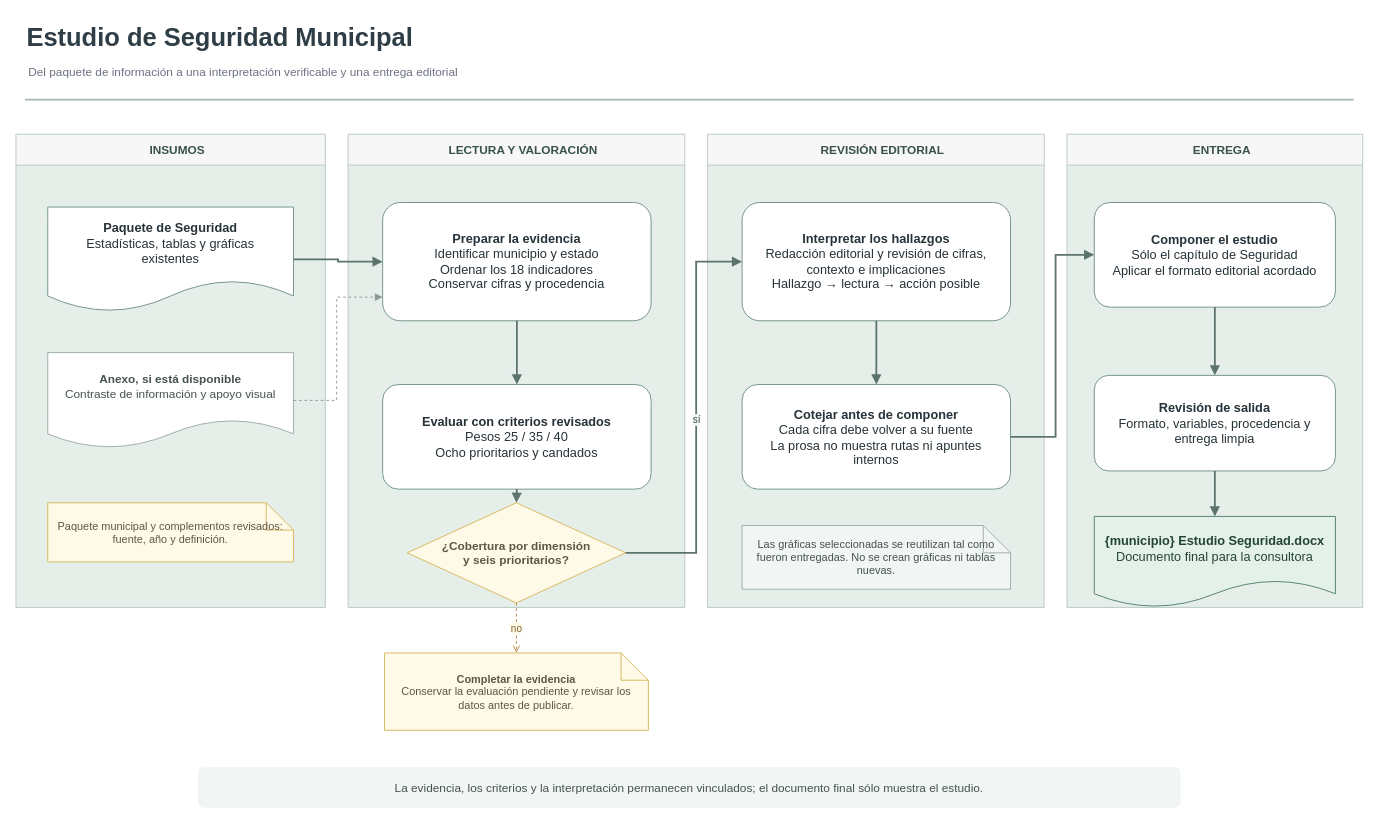
Earlier version of the draw.io diagram page "Proceso de elaboración" (1 of 2) of flujo_pipeline.drawio (lehcimhdz/pipeline-seguridad-municipios). Source tidied: cells renumbered, new cells numbered last; positions are measured from the earlier drawing's top-left corner, leaving out a move shared by most shapes. Both pictures are drawn from the tidied source at 91%, with x=0, y=0 at pixel (15, 15).
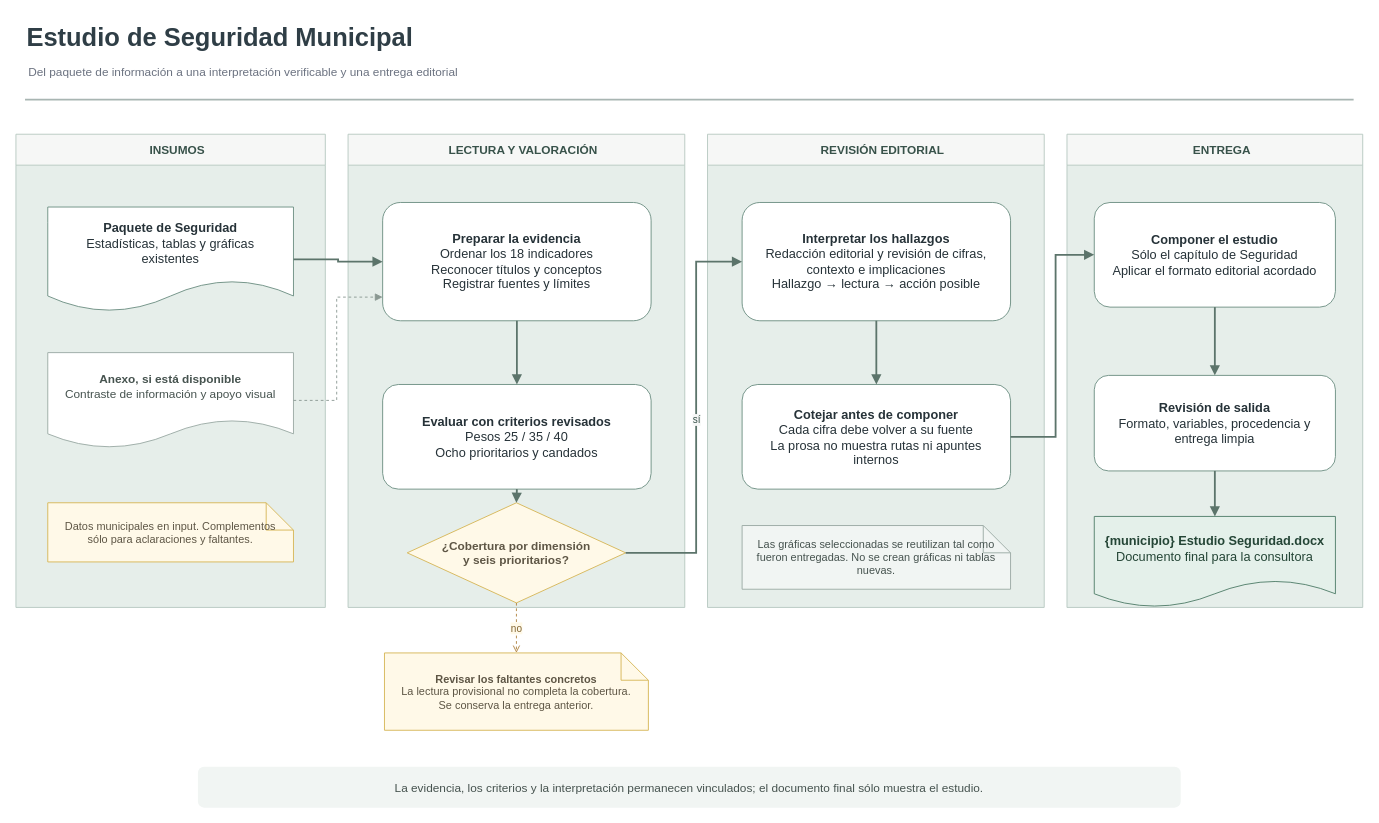
Above is the later version.

The change refers to these unchanged cells:
```xml
<mxCell id="5" value="INSUMOS" style="swimlane;html=1;horizontal=1;startSize=34;fillColor=#F6F7F6;swimlaneFillColor=#E6EEEA;strokeColor=#B7C8C1;fontSize=13;fontStyle=1;fontColor=#38524A;spacingLeft=14;" parent="1" vertex="1">
  <mxGeometry y="130" width="340" height="520" as="geometry" />
</mxCell>
<mxCell id="6" value="LECTURA Y VALORACIÓN" style="swimlane;html=1;horizontal=1;startSize=34;fillColor=#F6F7F6;swimlaneFillColor=#E6EEEA;strokeColor=#B7C8C1;fontSize=13;fontStyle=1;fontColor=#38524A;spacingLeft=14;" parent="1" vertex="1">
  <mxGeometry x="365" y="130" width="370" height="520" as="geometry" />
</mxCell>
```

The edit, as a diff of the source:
```diff
@@
-    <mxCell id="11" value="Paquete municipal y complementos revisados: fuente, año y definición." style="shape=note;whiteSpace=wrap;html=1;fillColor=#FFF9E8;strokeColor=#D6B656;fontSize=12;fontColor=#5E5645;spacing=10;" parent="5" vertex="1">
+    <mxCell id="11" value="Datos municipales en input. Complementos sólo para aclaraciones y faltantes." style="shape=note;whiteSpace=wrap;html=1;fillColor=#FFF9E8;strokeColor=#D6B656;fontSize=12;fontColor=#5E5645;spacing=10;" parent="5" vertex="1">
       <mxGeometry x="35" y="405" width="270" height="65" as="geometry" />
     </mxCell>
-    <mxCell id="12" value="&lt;b&gt;Preparar la evidencia&lt;/b&gt;&lt;br&gt;Identificar municipio y estado&lt;br&gt;Ordenar los 18 indicadores&lt;br&gt;Conservar cifras y procedencia" style="rounded=1;whiteSpace=wrap;html=1;fillColor=#FFFFFF;strokeColor=#6C8E82;fontSize=14;fontColor=#263238;spacing=12;" parent="6" vertex="1">
+    <mxCell id="12" value="&lt;b&gt;Preparar la evidencia&lt;/b&gt;&lt;br&gt;Ordenar los 18 indicadores&lt;br&gt;Reconocer títulos y conceptos&lt;br&gt;Registrar fuentes y límites" style="rounded=1;whiteSpace=wrap;html=1;fillColor=#FFFFFF;strokeColor=#6C8E82;fontSize=14;fontColor=#263238;spacing=12;" parent="6" vertex="1">
       <mxGeometry x="38" y="75" width="295" height="130" as="geometry" />
     </mxCell>
@@
-    <mxCell id="31" value="&lt;b&gt;Completar la evidencia&lt;/b&gt;&lt;br&gt;Conservar la evaluación pendiente y revisar los datos antes de publicar." style="shape=note;whiteSpace=wrap;html=1;fillColor=#FFF9E8;strokeColor=#D6B656;fontSize=12;fontColor=#5E5645;spacing=12;" parent="1" vertex="1">
+    <mxCell id="31" value="&lt;b&gt;Revisar los faltantes concretos&lt;/b&gt;&lt;br&gt;La lectura provisional no completa la cobertura. Se conserva la entrega anterior." style="shape=note;whiteSpace=wrap;html=1;fillColor=#FFF9E8;strokeColor=#D6B656;fontSize=12;fontColor=#5E5645;spacing=12;" parent="1" vertex="1">
       <mxGeometry x="405" y="700" width="290" height="85" as="geometry" />
     </mxCell>
```
